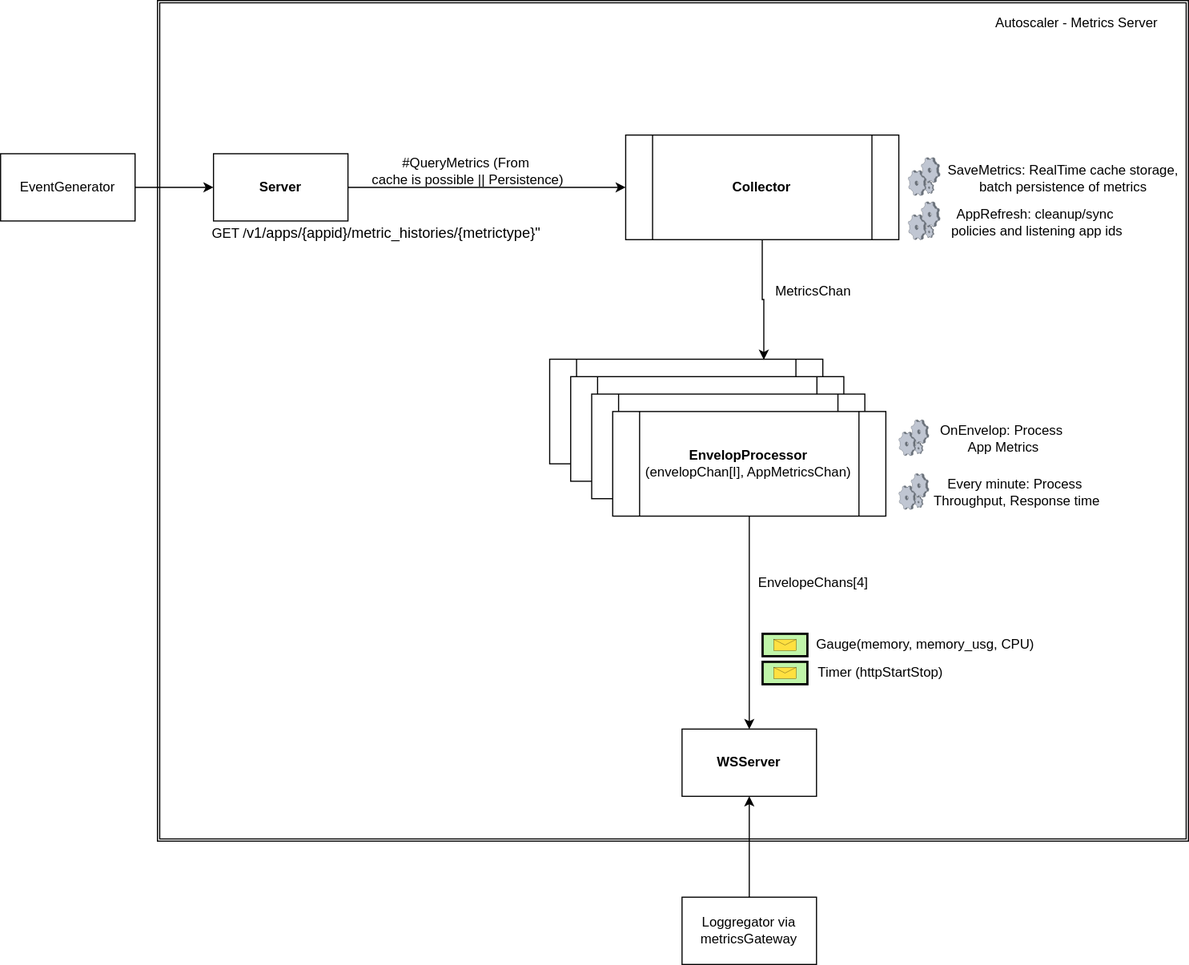
cloudfoundry/app-autoscaler-release keeps this draw.io diagram as docs/metrics_server.svg. Above is the earlier version. Source tidied: cells renumbered, new cells last; positions are measured from the earlier drawing's top-left corner, leaving out a move shared by most shapes.
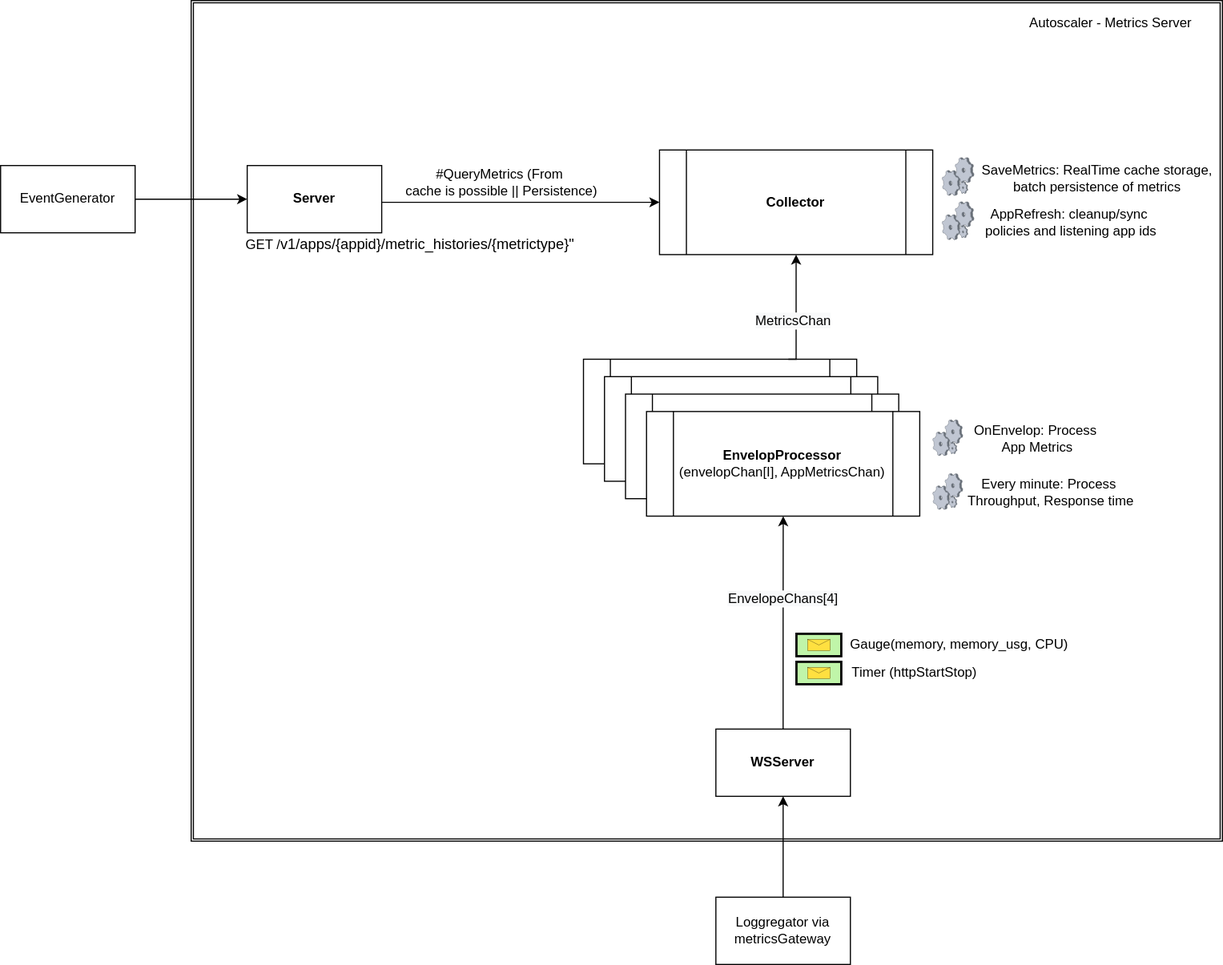
The same file after the commit.

Diff of the diagram source:
```diff
@@ -20,24 +20,28 @@
     <mxCell id="7" value="&lt;b&gt;EnvelopProcessor&lt;/b&gt;&lt;br&gt;(envelopChan[I], AppMetricsChan)" style="shape=process;whiteSpace=wrap;html=1;backgroundOutline=1;" parent="3" vertex="1">
       <mxGeometry x="56.2" y="46.7" width="243.8" height="93.3" as="geometry" />
     </mxCell>
+    <mxCell id="38" style="edgeStyle=orthogonalEdgeStyle;rounded=0;jettySize=auto;html=1;fontColor=#000000;endArrow=classic;endFill=1;strokeColor=default;strokeWidth=1;" parent="1" edge="1" source="8" target="7">
+      <mxGeometry relative="1" as="geometry" />
+    </mxCell>
+    <mxCell id="10" value="&lt;span style=&quot;font-size: 12px ; background-color: rgb(248 , 249 , 250)&quot;&gt;EnvelopeChans[4]&lt;/span&gt;" style="edgeLabel;html=1;align=center;verticalAlign=middle;fontColor=#000000;" parent="38" vertex="1">
+      <mxGeometry x="0.23" y="1" relative="1" as="geometry" />
+    </mxCell>
     <mxCell id="8" value="&lt;b&gt;WSServer&lt;/b&gt;" style="rounded=0;whiteSpace=wrap;html=1;" parent="1" vertex="1">
       <mxGeometry x="608.1" y="650" width="120" height="60" as="geometry" />
     </mxCell>
-    <mxCell id="9" style="edgeStyle=orthogonalEdgeStyle;rounded=0;jettySize=auto;html=1;exitX=0.5;exitY=1;exitDx=0;exitDy=0;entryX=0.5;entryY=0;entryDx=0;entryDy=0;" parent="1" edge="1" source="7" target="8">
-      <mxGeometry relative="1" as="geometry" />
-    </mxCell>
-    <mxCell id="10" value="EnvelopeChans[4]" style="text;html=1;align=center;verticalAlign=middle;strokeColor=none;fillColor=none;" parent="1" vertex="1">
-      <mxGeometry x="670" y="510" width="110" height="20" as="geometry" />
-    </mxCell>
-    <mxCell id="11" style="edgeStyle=orthogonalEdgeStyle;rounded=0;jettySize=auto;html=1;entryX=0.784;entryY=0.005;entryDx=0;entryDy=0;entryPerimeter=0;" parent="1" edge="1" source="12" target="4">
-      <mxGeometry relative="1" as="geometry" />
+    <mxCell id="11" style="edgeStyle=orthogonalEdgeStyle;rounded=0;jettySize=auto;html=1;entryX=0.5;entryY=1;entryDx=0;entryDy=0;exitX=0.75;exitY=0;exitDx=0;exitDy=0;" parent="1" edge="1" source="4" target="12">
+      <mxGeometry relative="1" as="geometry">
+        <Array as="points">
+          <mxPoint x="680" y="320" />
+        </Array>
+      </mxGeometry>
     </mxCell>
+    <mxCell id="13" value="&lt;span style=&quot;font-size: 12px ; background-color: rgb(248 , 249 , 250)&quot;&gt;MetricsChan&lt;/span&gt;" style="edgeLabel;html=1;align=center;verticalAlign=middle;fontColor=#000000;" parent="11" vertex="1">
+      <mxGeometry x="-0.17" y="3" relative="1" as="geometry" />
+    </mxCell>
     <mxCell id="12" value="&lt;b&gt;Collector&lt;/b&gt;" style="shape=process;whiteSpace=wrap;html=1;backgroundOutline=1;" parent="1" vertex="1">
-      <mxGeometry x="557.8" y="120" width="243.8" height="93.3" as="geometry" />
+      <mxGeometry x="557.8" y="133.3" width="243.8" height="93.3" as="geometry" />
     </mxCell>
-    <mxCell id="13" value="MetricsChan" style="text;html=1;align=center;verticalAlign=middle;strokeColor=none;fillColor=none;" parent="1" vertex="1">
-      <mxGeometry x="685" y="250" width="80" height="20" as="geometry" />
-    </mxCell>
     <mxCell id="14" style="group;" parent="1" vertex="1">
       <mxGeometry x="680" y="540" width="270" height="70" as="geometry" />
     </mxCell>
@@ -75,7 +79,12 @@
       <mxGeometry x="608.1" y="800" width="120" height="60" as="geometry" />
     </mxCell>
     <mxCell id="26" style="edgeStyle=orthogonalEdgeStyle;rounded=0;jettySize=auto;html=1;fontFamily=Helvetica;fontColor=#000000;entryX=0;entryY=0.5;entryDx=0;entryDy=0;" parent="1" edge="1" source="36" target="12">
-      <mxGeometry relative="1" as="geometry" />
+      <mxGeometry relative="1" as="geometry">
+        <Array as="points">
+          <mxPoint x="370" y="180" />
+          <mxPoint x="370" y="180" />
+        </Array>
+      </mxGeometry>
     </mxCell>
     <mxCell id="27" style="verticalLabelPosition=bottom;sketch=0;html=1;verticalAlign=top;strokeColor=none;align=center;shape=mxgraph.citrix.process;" parent="1" vertex="1">
       <mxGeometry x="810" y="179.4" width="28.4" height="33.9" as="geometry" />
@@ -93,10 +102,10 @@
       <mxGeometry relative="1" as="geometry" />
     </mxCell>
     <mxCell id="32" value="EventGenerator" style="rounded=0;whiteSpace=wrap;html=1;" parent="1" vertex="1">
-      <mxGeometry y="136.7" width="120" height="60" as="geometry" />
+      <mxGeometry x="-30" y="147.2" width="120" height="60" as="geometry" />
     </mxCell>
     <mxCell id="33" style="group;" parent="1" vertex="1">
-      <mxGeometry x="180" y="133.3" width="320" height="83.3" as="geometry" />
+      <mxGeometry x="180" y="143.9" width="320" height="83.3" as="geometry" />
     </mxCell>
     <mxCell id="34" value="#QueryMetrics (From&lt;br&gt;&amp;nbsp;cache is possible || Persistence)" style="text;html=1;align=center;verticalAlign=middle;strokeColor=none;fillColor=none;fontFamily=Helvetica;fontColor=#000000;" parent="33" vertex="1">
       <mxGeometry x="140" y="3.3" width="190" height="30" as="geometry" />
```
